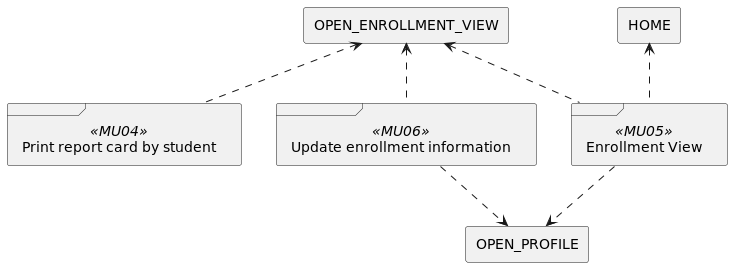
wsmcbl/wsmcbl.doc keeps this PlantUML diagram as out/UseCaseView/TRACE.State-x-Prototype.png. Above is the earlier version.
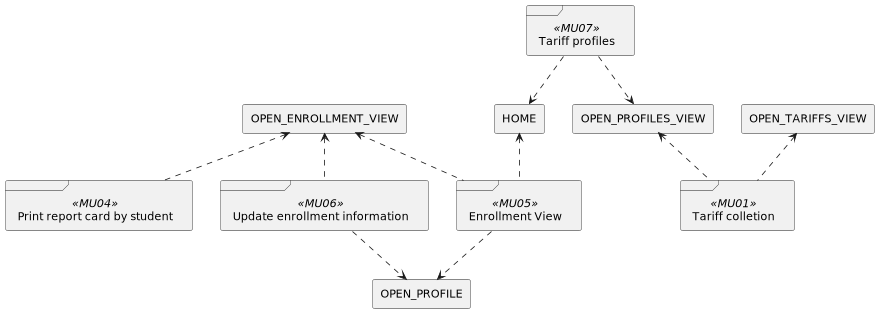
Later version of the same file.

What changed in the source:
```diff
@@ -1,15 +1,20 @@
 @startuml
-skinparam BackgroundColor transparent
 
 
+frame MU01 <<MU01>> as "Tariff colletion"
 frame MU04 <<MU04>> as "Print report card by student"
 frame MU05 <<MU05>> as "Enrollment View"
 frame MU06 <<MU06>> as "Update enrollment information"
+frame MU07 <<MU07>> as "Tariff profiles"
 
 rectangle Initial as "HOME"
 rectangle s1 as "OPEN_ENROLLMENT_VIEW"
+rectangle s2 as "OPEN_PROFILES_VIEW"
 rectangle s3 as "OPEN_PROFILE"
+rectangle s4 as "OPEN_TARIFFS_VIEW"
 
+MU01 .up.> s2
+MU01 .up.> s4
 
 MU04 .up.> s1
 
@@ -20,5 +25,7 @@
 MU06 .up.> s1
 MU06 ..> s3
 
+MU07 ..> Initial
+MU07 ..> s2
 
 @enduml
```
